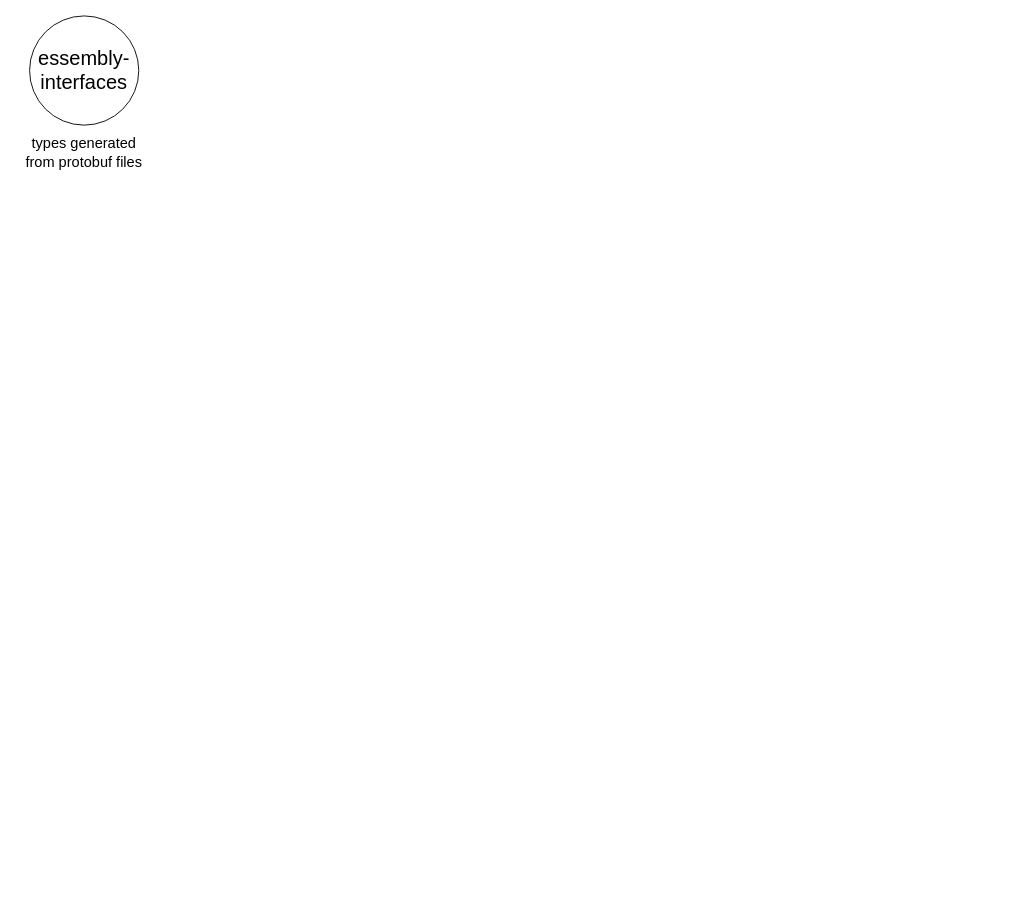
This is assets/essembly-project-structure.drawio from blittable/essembly, a draw.io file, before an edit. Source tidied: cells renumbered, new cells numbered last; positions are measured from the earlier drawing's top-left corner, leaving out a move shared by most shapes. Both pictures are drawn from the tidied source at 91%, with x=0, y=0 at pixel (15, 15).
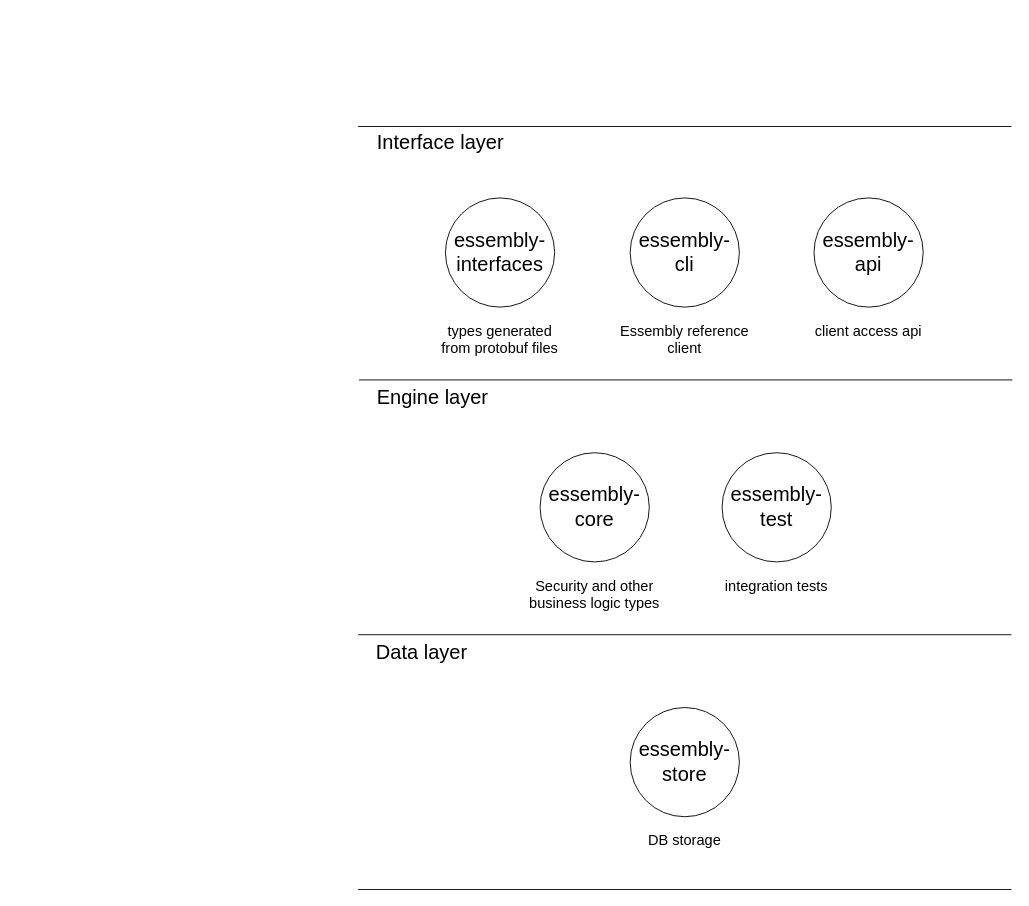
After the change.

The edit, as a diff of the source:
```diff
@@
-    <mxCell id="2" style="group;" parent="1" vertex="1">
-      <mxGeometry width="150" height="170" as="geometry" />
-    </mxCell>
+    <mxCell id="5" style="group;" parent="1" vertex="1">
+      <mxGeometry x="862" y="200" width="150" height="170" as="geometry" />
+    </mxCell>
+    <mxCell id="6" value="essembly-api" style="ellipse;whiteSpace=wrap;html=1;fontSize=22;" parent="5" vertex="1">
+      <mxGeometry x="15" width="120" height="120" as="geometry" />
+    </mxCell>
+    <mxCell id="7" value="client access api" style="text;html=1;strokeColor=none;fillColor=none;align=center;verticalAlign=top;whiteSpace=wrap;rounded=0;fontSize=16;" parent="5" vertex="1">
+      <mxGeometry y="130" width="150" height="40" as="geometry" />
+    </mxCell>
+    <mxCell id="8" style="group;" parent="1" vertex="1">
+      <mxGeometry x="457" y="200" width="150" height="180" as="geometry" />
+    </mxCell>
-    <mxCell id="3" value="essembly-interfaces" style="ellipse;whiteSpace=wrap;html=1;fontSize=22;" parent="2" vertex="1">
+    <mxCell id="3" value="essembly-interfaces" style="ellipse;whiteSpace=wrap;html=1;fontSize=22;" parent="8" vertex="1">
       <mxGeometry x="15" width="120" height="120" as="geometry" />
     </mxCell>
-    <mxCell id="4" value="types generated from protobuf files" style="text;html=1;strokeColor=none;fillColor=none;align=center;verticalAlign=middle;whiteSpace=wrap;rounded=0;fontSize=16;" parent="2" vertex="1">
-      <mxGeometry y="130" width="150" height="40" as="geometry" />
+    <mxCell id="4" value="types generated from protobuf files" style="text;html=1;strokeColor=none;fillColor=none;align=center;verticalAlign=top;whiteSpace=wrap;rounded=0;fontSize=16;" parent="8" vertex="1">
+      <mxGeometry y="130" width="150" height="50" as="geometry" />
     </mxCell>
+    <mxCell id="9" style="group;" parent="1" vertex="1">
+      <mxGeometry x="660" y="760" width="150" height="170" as="geometry" />
+    </mxCell>
+    <mxCell id="10" value="essembly-store" style="ellipse;whiteSpace=wrap;html=1;fontSize=22;" parent="9" vertex="1">
+      <mxGeometry x="15" width="120" height="120" as="geometry" />
+    </mxCell>
+    <mxCell id="11" value="DB storage" style="text;html=1;strokeColor=none;fillColor=none;align=center;verticalAlign=top;whiteSpace=wrap;rounded=0;fontSize=16;" parent="9" vertex="1">
+      <mxGeometry y="130" width="150" height="40" as="geometry" />
+    </mxCell>
+    <mxCell id="12" style="group;" parent="1" vertex="1">
+      <mxGeometry x="561" y="480" width="150" height="180" as="geometry" />
+    </mxCell>
+    <mxCell id="13" value="essembly-core" style="ellipse;whiteSpace=wrap;html=1;fontSize=22;" parent="12" vertex="1">
+      <mxGeometry x="15" width="120" height="120" as="geometry" />
+    </mxCell>
+    <mxCell id="14" value="Security and other business logic types" style="text;html=1;strokeColor=none;fillColor=none;align=center;verticalAlign=top;whiteSpace=wrap;rounded=0;fontSize=16;" parent="12" vertex="1">
+      <mxGeometry y="130" width="150" height="50" as="geometry" />
+    </mxCell>
+    <mxCell id="15" style="group;" parent="1" vertex="1">
+      <mxGeometry x="660" y="200" width="150" height="180" as="geometry" />
+    </mxCell>
+    <mxCell id="16" value="essembly-cli" style="ellipse;whiteSpace=wrap;html=1;fontSize=22;" parent="15" vertex="1">
+      <mxGeometry x="15" width="120" height="120" as="geometry" />
+    </mxCell>
+    <mxCell id="17" value="Essembly reference client" style="text;html=1;strokeColor=none;fillColor=none;align=center;verticalAlign=top;whiteSpace=wrap;rounded=0;fontSize=16;" parent="15" vertex="1">
+      <mxGeometry y="130" width="150" height="50" as="geometry" />
+    </mxCell>
+    <mxCell id="18" style="group;" parent="1" vertex="1">
+      <mxGeometry x="761" y="480" width="150" height="180" as="geometry" />
+    </mxCell>
+    <mxCell id="19" value="essembly-test" style="ellipse;whiteSpace=wrap;html=1;fontSize=22;" parent="18" vertex="1">
+      <mxGeometry x="15" width="120" height="120" as="geometry" />
+    </mxCell>
+    <mxCell id="20" value="integration tests" style="text;html=1;strokeColor=none;fillColor=none;align=center;verticalAlign=top;whiteSpace=wrap;rounded=0;fontSize=16;" parent="18" vertex="1">
+      <mxGeometry y="130" width="150" height="50" as="geometry" />
+    </mxCell>
+    <mxCell id="21" value="Interface layer" style="text;html=1;strokeColor=none;fillColor=none;align=left;verticalAlign=middle;whiteSpace=wrap;rounded=0;fontSize=22;" parent="1" vertex="1">
+      <mxGeometry x="395" y="120" width="160" height="40" as="geometry" />
+    </mxCell>
+    <mxCell id="22" style="endArrow=none;html=1;fontSize=22;" parent="1" edge="1">
+      <mxGeometry relative="1" as="geometry">
+        <mxPoint x="377" y="400" as="sourcePoint" />
+        <mxPoint x="1095" y="400" as="targetPoint" />
+      </mxGeometry>
+    </mxCell>
+    <mxCell id="23" style="endArrow=none;html=1;fontSize=22;" parent="1" edge="1">
+      <mxGeometry relative="1" as="geometry">
+        <mxPoint x="376" y="121.5" as="sourcePoint" />
+        <mxPoint x="1094" y="121.5" as="targetPoint" />
+      </mxGeometry>
+    </mxCell>
+    <mxCell id="24" value="Engine layer" style="text;html=1;strokeColor=none;fillColor=none;align=left;verticalAlign=middle;whiteSpace=wrap;rounded=0;fontSize=22;" parent="1" vertex="1">
+      <mxGeometry x="395" y="400" width="160" height="40" as="geometry" />
+    </mxCell>
+    <mxCell id="25" style="endArrow=none;html=1;fontSize=22;" parent="1" edge="1">
+      <mxGeometry relative="1" as="geometry">
+        <mxPoint x="376" y="680" as="sourcePoint" />
+        <mxPoint x="1094" y="680" as="targetPoint" />
+      </mxGeometry>
+    </mxCell>
+    <mxCell id="26" value="Data layer" style="text;html=1;strokeColor=none;fillColor=none;align=left;verticalAlign=middle;whiteSpace=wrap;rounded=0;fontSize=22;" parent="1" vertex="1">
+      <mxGeometry x="394" y="680" width="160" height="40" as="geometry" />
+    </mxCell>
+    <mxCell id="27" style="endArrow=none;html=1;fontSize=22;" parent="1" edge="1">
+      <mxGeometry relative="1" as="geometry">
+        <mxPoint x="376" y="960" as="sourcePoint" />
+        <mxPoint x="1094" y="960" as="targetPoint" />
+      </mxGeometry>
+    </mxCell>
```
